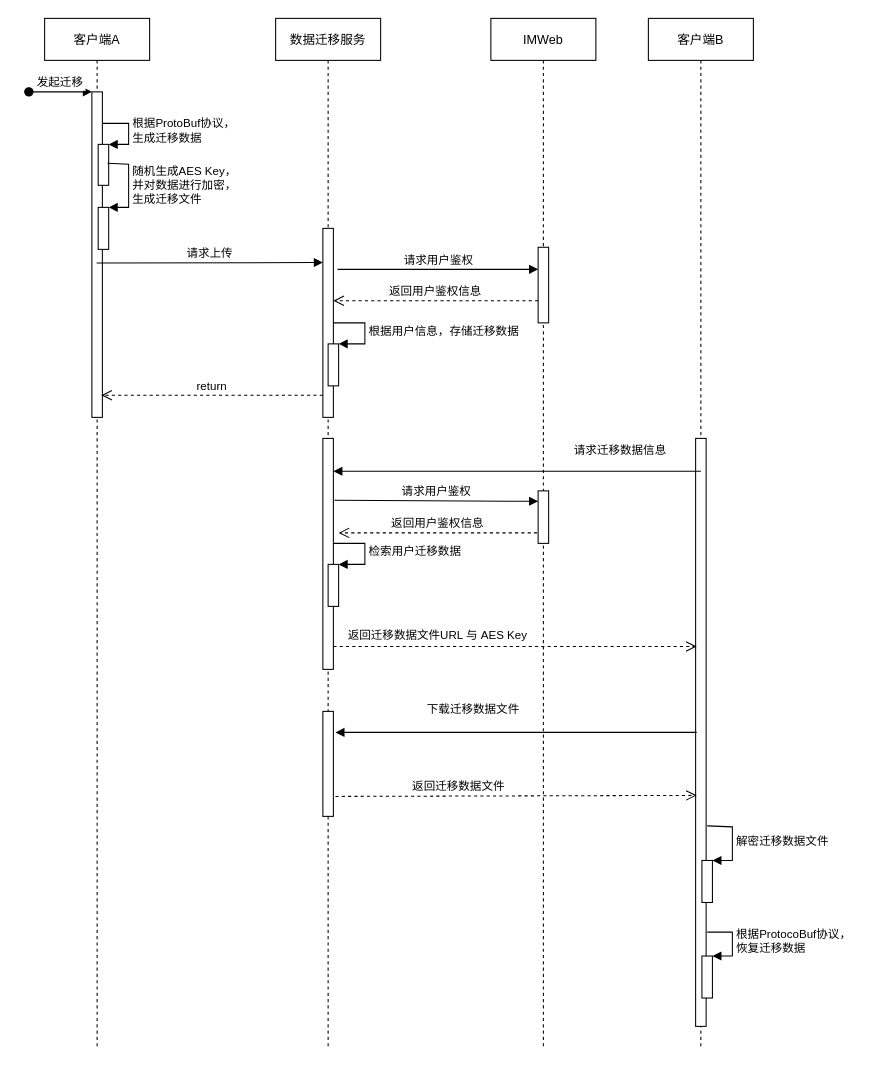
Above: 数据迁移 Diagram.drawio in ginhoor/OnlineDocuments (draw.io), before the change. Source tidied: cells renumbered, new cells numbered last; positions are measured from the earlier drawing's top-left corner, leaving out a move shared by most shapes. Both pictures are drawn from the tidied source at 105%, with x=0, y=0 at pixel (28, 18).
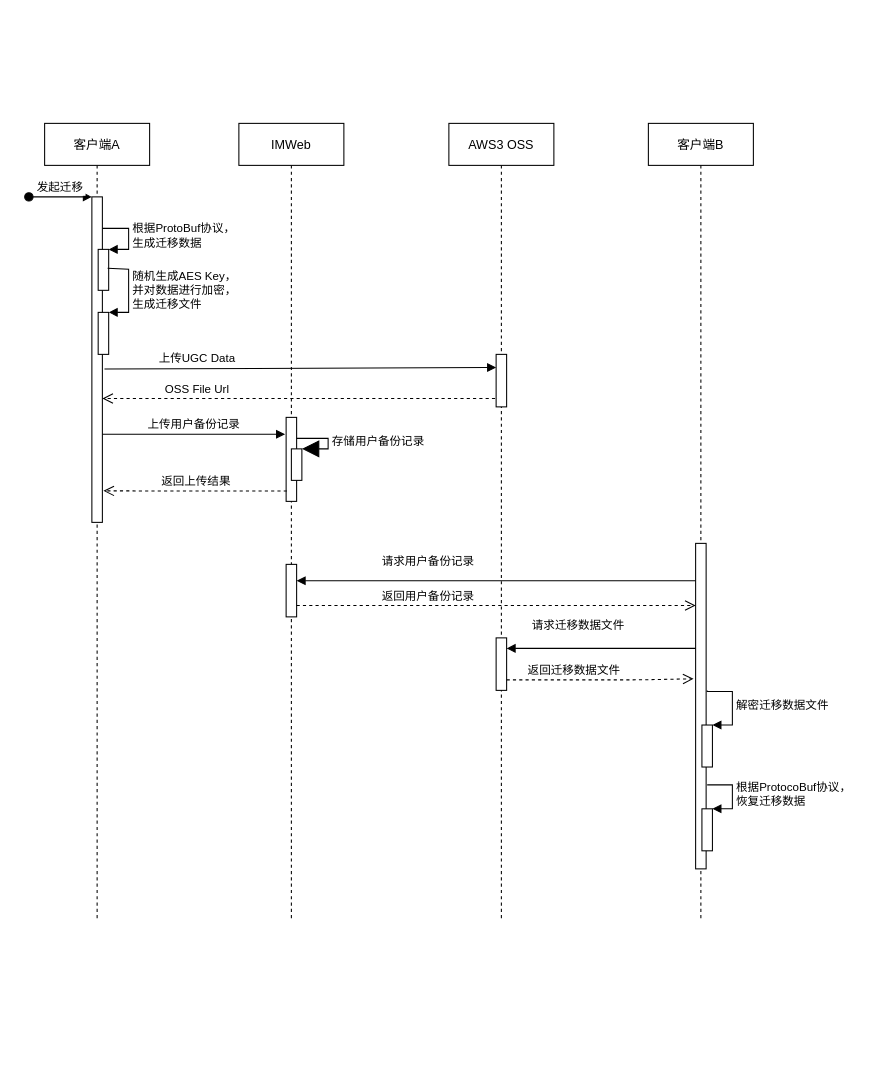
The same page after the edit.

The change refers to these unchanged cells:
```xml
<mxCell id="3" style="points=[];perimeter=orthogonalPerimeter;rounded=0;shadow=0;strokeWidth=1;" parent="2" vertex="1">
  <mxGeometry x="45" y="70" width="10" height="310" as="geometry" />
</mxCell>
```

The edit, as a diff of the source:
```diff
@@
     <mxCell id="2" value="客户端A" style="shape=umlLifeline;perimeter=lifelinePerimeter;rounded=0;shadow=0;strokeWidth=1;" parent="1" vertex="1">
-      <mxGeometry x="15" width="100" height="980" as="geometry" />
+      <mxGeometry x="15" y="100" width="100" height="760" as="geometry" />
     </mxCell>
@@
-    <mxCell id="9" value="数据迁移服务" style="shape=umlLifeline;perimeter=lifelinePerimeter;rounded=0;shadow=0;strokeWidth=1;" parent="1" vertex="1">
-      <mxGeometry x="235" width="100" height="980" as="geometry" />
+    <mxCell id="9" value="AWS3 OSS" style="shape=umlLifeline;perimeter=lifelinePerimeter;rounded=0;shadow=0;strokeWidth=1;" parent="1" vertex="1">
+      <mxGeometry x="400" y="100" width="100" height="760" as="geometry" />
     </mxCell>
     <mxCell id="10" style="points=[];perimeter=orthogonalPerimeter;rounded=0;shadow=0;strokeWidth=1;" parent="9" vertex="1">
-      <mxGeometry x="45" y="200" width="10" height="180" as="geometry" />
+      <mxGeometry x="45" y="220" width="10" height="50" as="geometry" />
     </mxCell>
-    <mxCell id="11" value="请求上传" style="html=1;verticalAlign=bottom;endArrow=block;" parent="9" edge="1">
-      <mxGeometry relative="1" as="geometry">
-        <mxPoint x="-170.5" y="233" as="sourcePoint" />
+    <mxCell id="11" value="上传UGC Data" style="html=1;verticalAlign=bottom;endArrow=block;exitX=1.2;exitY=0.529;exitDx=0;exitDy=0;exitPerimeter=0;" parent="9" edge="1" source="3">
+      <mxGeometry x="-0.53" y="1" relative="1" as="geometry">
         <mxPoint x="45" y="232.5" as="targetPoint" />
       </mxGeometry>
     </mxCell>
-    <mxCell id="12" style="html=1;points=[];perimeter=orthogonalPerimeter;" parent="9" vertex="1">
-      <mxGeometry x="50" y="310" width="10" height="40" as="geometry" />
-    </mxCell>
-    <mxCell id="13" value="根据用户信息，存储迁移数据" style="edgeStyle=orthogonalEdgeStyle;html=1;align=left;spacingLeft=2;endArrow=block;rounded=0;entryX=1;entryY=0;" parent="9" edge="1" target="12">
-      <mxGeometry relative="1" as="geometry">
-        <mxPoint x="55" y="290" as="sourcePoint" />
-        <Array as="points">
-          <mxPoint x="85" y="290" />
-        </Array>
-      </mxGeometry>
-    </mxCell>
     <mxCell id="14" style="points=[];perimeter=orthogonalPerimeter;rounded=0;shadow=0;strokeWidth=1;" parent="9" vertex="1">
-      <mxGeometry x="45" y="400" width="10" height="220" as="geometry" />
+      <mxGeometry x="45" y="490" width="10" height="50" as="geometry" />
     </mxCell>
-    <mxCell id="15" style="html=1;points=[];perimeter=orthogonalPerimeter;" parent="9" vertex="1">
-      <mxGeometry x="50" y="520" width="10" height="40" as="geometry" />
-    </mxCell>
-    <mxCell id="16" value="检索用户迁移数据" style="edgeStyle=orthogonalEdgeStyle;html=1;align=left;spacingLeft=2;endArrow=block;rounded=0;entryX=1;entryY=0;strokeColor=default;" parent="9" edge="1" target="15">
-      <mxGeometry relative="1" as="geometry">
-        <mxPoint x="55" y="500" as="sourcePoint" />
-        <Array as="points">
-          <mxPoint x="85" y="500" />
-        </Array>
-      </mxGeometry>
-    </mxCell>
-    <mxCell id="17" style="html=1;points=[];perimeter=orthogonalPerimeter;" parent="9" vertex="1">
-      <mxGeometry x="45" y="660" width="10" height="100" as="geometry" />
-    </mxCell>
     <mxCell id="18" value="客户端B" style="shape=umlLifeline;perimeter=lifelinePerimeter;rounded=0;shadow=0;strokeWidth=1;" parent="1" vertex="1">
-      <mxGeometry x="590" width="100" height="980" as="geometry" />
+      <mxGeometry x="590" y="100" width="100" height="760" as="geometry" />
     </mxCell>
     <mxCell id="19" style="points=[];perimeter=orthogonalPerimeter;rounded=0;shadow=0;strokeWidth=1;" parent="18" vertex="1">
-      <mxGeometry x="45" y="400" width="10" height="560" as="geometry" />
+      <mxGeometry x="45" y="400" width="10" height="310" as="geometry" />
     </mxCell>
     <mxCell id="20" style="html=1;points=[];perimeter=orthogonalPerimeter;" parent="18" vertex="1">
-      <mxGeometry x="51" y="893" width="10" height="40" as="geometry" />
+      <mxGeometry x="51" y="652.8" width="10" height="40" as="geometry" />
     </mxCell>
-    <mxCell id="21" value="根据ProtocoBuf协议，&lt;br&gt;恢复迁移数据" style="edgeStyle=orthogonalEdgeStyle;html=1;align=left;spacingLeft=2;endArrow=block;rounded=0;entryX=1;entryY=0;strokeColor=default;exitX=0.56;exitY=0.888;exitDx=0;exitDy=0;exitPerimeter=0;" parent="18" edge="1" source="18" target="20">
+    <mxCell id="21" value="根据ProtocoBuf协议，&lt;br&gt;恢复迁移数据" style="edgeStyle=orthogonalEdgeStyle;html=1;align=left;spacingLeft=2;endArrow=block;rounded=0;entryX=1;entryY=0;strokeColor=default;exitX=0.56;exitY=0.888;exitDx=0;exitDy=0;exitPerimeter=0;" parent="18" edge="1" target="20">
       <mxGeometry relative="1" as="geometry">
+        <mxPoint x="56" y="630" as="sourcePoint" />
         <Array as="points">
-          <mxPoint x="80" y="870" />
-          <mxPoint x="80" y="893" />
+          <mxPoint x="80" y="629.8" />
+          <mxPoint x="80" y="652.8" />
         </Array>
       </mxGeometry>
     </mxCell>
     <mxCell id="22" style="html=1;points=[];perimeter=orthogonalPerimeter;" parent="18" vertex="1">
-      <mxGeometry x="51" y="802" width="10" height="40" as="geometry" />
+      <mxGeometry x="51" y="573" width="10" height="40" as="geometry" />
     </mxCell>
-    <mxCell id="23" value="解密迁移数据文件" style="edgeStyle=orthogonalEdgeStyle;html=1;align=left;spacingLeft=2;endArrow=block;rounded=0;entryX=1;entryY=0;strokeColor=default;exitX=1.1;exitY=0.659;exitDx=0;exitDy=0;exitPerimeter=0;" parent="18" edge="1" source="19" target="22">
+    <mxCell id="23" value="解密迁移数据文件" style="edgeStyle=orthogonalEdgeStyle;html=1;align=left;spacingLeft=2;endArrow=block;rounded=0;entryX=1;entryY=0;strokeColor=default;exitX=1.1;exitY=0.659;exitDx=0;exitDy=0;exitPerimeter=0;" parent="18" edge="1" target="22">
       <mxGeometry relative="1" as="geometry">
+        <mxPoint x="56" y="540" as="sourcePoint" />
         <Array as="points">
-          <mxPoint x="80" y="770" />
-          <mxPoint x="80" y="802" />
+          <mxPoint x="80" y="541" />
+          <mxPoint x="80" y="573" />
         </Array>
       </mxGeometry>
     </mxCell>
+    <mxCell id="33" value="请求迁移数据文件" style="html=1;verticalAlign=bottom;endArrow=block;strokeColor=default;" parent="18" edge="1" target="14">
+      <mxGeometry x="0.24" y="-13" relative="1" as="geometry">
+        <mxPoint x="45" y="500" as="sourcePoint" />
+      </mxGeometry>
+    </mxCell>
     <mxCell id="24" value="IMWeb" style="shape=umlLifeline;perimeter=lifelinePerimeter;rounded=0;shadow=0;strokeWidth=1;" parent="1" vertex="1">
-      <mxGeometry x="440" width="100" height="980" as="geometry" />
+      <mxGeometry x="200" y="100" width="100" height="760" as="geometry" />
     </mxCell>
     <mxCell id="25" style="points=[];perimeter=orthogonalPerimeter;rounded=0;shadow=0;strokeWidth=1;" parent="24" vertex="1">
-      <mxGeometry x="45" y="218" width="10" height="72" as="geometry" />
+      <mxGeometry x="45" y="280" width="10" height="80" as="geometry" />
     </mxCell>
     <mxCell id="26" style="html=1;points=[];perimeter=orthogonalPerimeter;" parent="24" vertex="1">
-      <mxGeometry x="45" y="450" width="10" height="50" as="geometry" />
+      <mxGeometry x="45" y="420" width="10" height="50" as="geometry" />
     </mxCell>
-    <mxCell id="27" value="请求用户鉴权" style="html=1;verticalAlign=bottom;endArrow=block;strokeColor=default;exitX=1.1;exitY=0.268;exitDx=0;exitDy=0;exitPerimeter=0;" parent="24" edge="1" source="14">
-      <mxGeometry relative="1" as="geometry">
-        <mxPoint x="45" y="460" as="targetPoint" />
-      </mxGeometry>
-    </mxCell>
-    <mxCell id="28" value="返回用户鉴权信息" style="html=1;verticalAlign=bottom;endArrow=open;dashed=1;endSize=8;exitX=0;exitY=0.708;exitDx=0;exitDy=0;exitPerimeter=0;" parent="1" edge="1" source="25" target="10">
-      <mxGeometry relative="1" as="geometry" />
-    </mxCell>
+    <mxCell id="36" style="html=1;points=[];perimeter=orthogonalPerimeter;hachureGap=4;" parent="24" vertex="1">
+      <mxGeometry x="50" y="310" width="10" height="30" as="geometry" />
+    </mxCell>
+    <mxCell id="37" value="存储用户备份记录" style="edgeStyle=orthogonalEdgeStyle;html=1;align=left;spacingLeft=2;endArrow=block;rounded=0;entryX=1;entryY=0;startSize=14;endSize=14;sourcePerimeterSpacing=8;targetPerimeterSpacing=8;" parent="24" edge="1" target="36">
+      <mxGeometry relative="1" as="geometry">
+        <mxPoint x="55" y="300" as="sourcePoint" />
+        <Array as="points">
+          <mxPoint x="85" y="300" />
+        </Array>
+      </mxGeometry>
+    </mxCell>
-    <mxCell id="29" value="return" style="html=1;verticalAlign=bottom;endArrow=open;dashed=1;endSize=8;entryX=0.9;entryY=0.932;entryDx=0;entryDy=0;entryPerimeter=0;" parent="1" edge="1" source="10" target="3">
-      <mxGeometry relative="1" as="geometry" />
+    <mxCell id="29" value="OSS File Url" style="html=1;verticalAlign=bottom;endArrow=open;dashed=1;endSize=8;exitX=-0.1;exitY=0.84;exitDx=0;exitDy=0;exitPerimeter=0;" parent="1" edge="1" source="10">
+      <mxGeometry x="0.52" relative="1" as="geometry">
+        <mxPoint x="70" y="362" as="targetPoint" />
+      </mxGeometry>
     </mxCell>
-    <mxCell id="30" value="请求迁移数据信息" style="html=1;verticalAlign=bottom;endArrow=block;strokeColor=default;exitX=0.5;exitY=0.056;exitDx=0;exitDy=0;exitPerimeter=0;" parent="1" edge="1" source="19" target="14">
-      <mxGeometry x="-0.56" y="-11" relative="1" as="geometry" />
+    <mxCell id="30" value="请求用户备份记录" style="html=1;verticalAlign=bottom;endArrow=block;strokeColor=default;exitX=0;exitY=0.115;exitDx=0;exitDy=0;exitPerimeter=0;" parent="1" edge="1" source="19" target="26">
+      <mxGeometry x="0.34" y="-10" relative="1" as="geometry" />
     </mxCell>
-    <mxCell id="31" value="返回用户鉴权信息" style="html=1;verticalAlign=bottom;endArrow=open;dashed=1;endSize=8;strokeColor=default;exitX=-0.1;exitY=0.8;exitDx=0;exitDy=0;exitPerimeter=0;" parent="1" edge="1" source="26">
-      <mxGeometry relative="1" as="geometry">
-        <mxPoint x="295" y="490" as="targetPoint" />
+    <mxCell id="31" value="返回用户备份记录" style="html=1;verticalAlign=bottom;endArrow=open;dashed=1;endSize=8;strokeColor=default;entryX=0;entryY=0.104;entryDx=0;entryDy=0;entryPerimeter=0;" parent="1" edge="1">
+      <mxGeometry x="-0.34" relative="1" as="geometry">
+        <mxPoint x="255" y="559.2" as="sourcePoint" />
+        <mxPoint x="635" y="559.2" as="targetPoint" />
       </mxGeometry>
     </mxCell>
-    <mxCell id="32" value="返回迁移数据文件URL 与 AES Key" style="html=1;verticalAlign=bottom;endArrow=open;dashed=1;endSize=8;strokeColor=default;entryX=0.1;entryY=0.354;entryDx=0;entryDy=0;entryPerimeter=0;" parent="1" edge="1" source="14" target="19">
-      <mxGeometry x="-0.43" y="1" relative="1" as="geometry" />
-    </mxCell>
-    <mxCell id="33" value="下载迁移数据文件" style="html=1;verticalAlign=bottom;endArrow=block;strokeColor=default;" parent="1" edge="1">
-      <mxGeometry x="0.24" y="-13" relative="1" as="geometry">
-        <mxPoint x="636" y="680" as="sourcePoint" />
-        <mxPoint x="292" y="680" as="targetPoint" />
-      </mxGeometry>
-    </mxCell>
-    <mxCell id="34" value="返回迁移数据文件" style="html=1;verticalAlign=bottom;endArrow=open;dashed=1;endSize=8;strokeColor=default;exitX=1.2;exitY=0.81;exitDx=0;exitDy=0;exitPerimeter=0;" parent="1" edge="1" source="17">
-      <mxGeometry x="-0.32" y="1" relative="1" as="geometry">
-        <mxPoint x="636" y="740" as="targetPoint" />
+    <mxCell id="34" value="返回迁移数据文件" style="html=1;verticalAlign=bottom;endArrow=open;dashed=1;endSize=8;strokeColor=default;" parent="1" edge="1" source="14">
+      <mxGeometry x="-0.28" relative="1" as="geometry">
+        <mxPoint x="633" y="629" as="targetPoint" />
+        <Array as="points">
+          <mxPoint x="580" y="630" />
+        </Array>
       </mxGeometry>
     </mxCell>
-    <mxCell id="35" value="请求用户鉴权" style="html=1;verticalAlign=bottom;endArrow=block;entryX=0;entryY=0.292;entryDx=0;entryDy=0;entryPerimeter=0;exitX=1.4;exitY=0.217;exitDx=0;exitDy=0;exitPerimeter=0;" parent="1" edge="1" source="10" target="25">
-      <mxGeometry relative="1" as="geometry" />
-    </mxCell>
+    <mxCell id="38" value="上传用户备份记录" style="html=1;verticalAlign=bottom;endArrow=block;" parent="1" edge="1">
+      <mxGeometry relative="1" as="geometry">
+        <mxPoint x="70" y="396" as="sourcePoint" />
+        <mxPoint x="244" y="396" as="targetPoint" />
+      </mxGeometry>
+    </mxCell>
+    <mxCell id="39" value="返回上传结果" style="html=1;verticalAlign=bottom;endArrow=open;dashed=1;endSize=8;sourcePerimeterSpacing=8;targetPerimeterSpacing=8;exitX=0.071;exitY=0.877;exitDx=0;exitDy=0;exitPerimeter=0;" parent="1" edge="1" source="25">
+      <mxGeometry relative="1" as="geometry">
+        <mxPoint x="71" y="450" as="targetPoint" />
+      </mxGeometry>
+    </mxCell>
```
